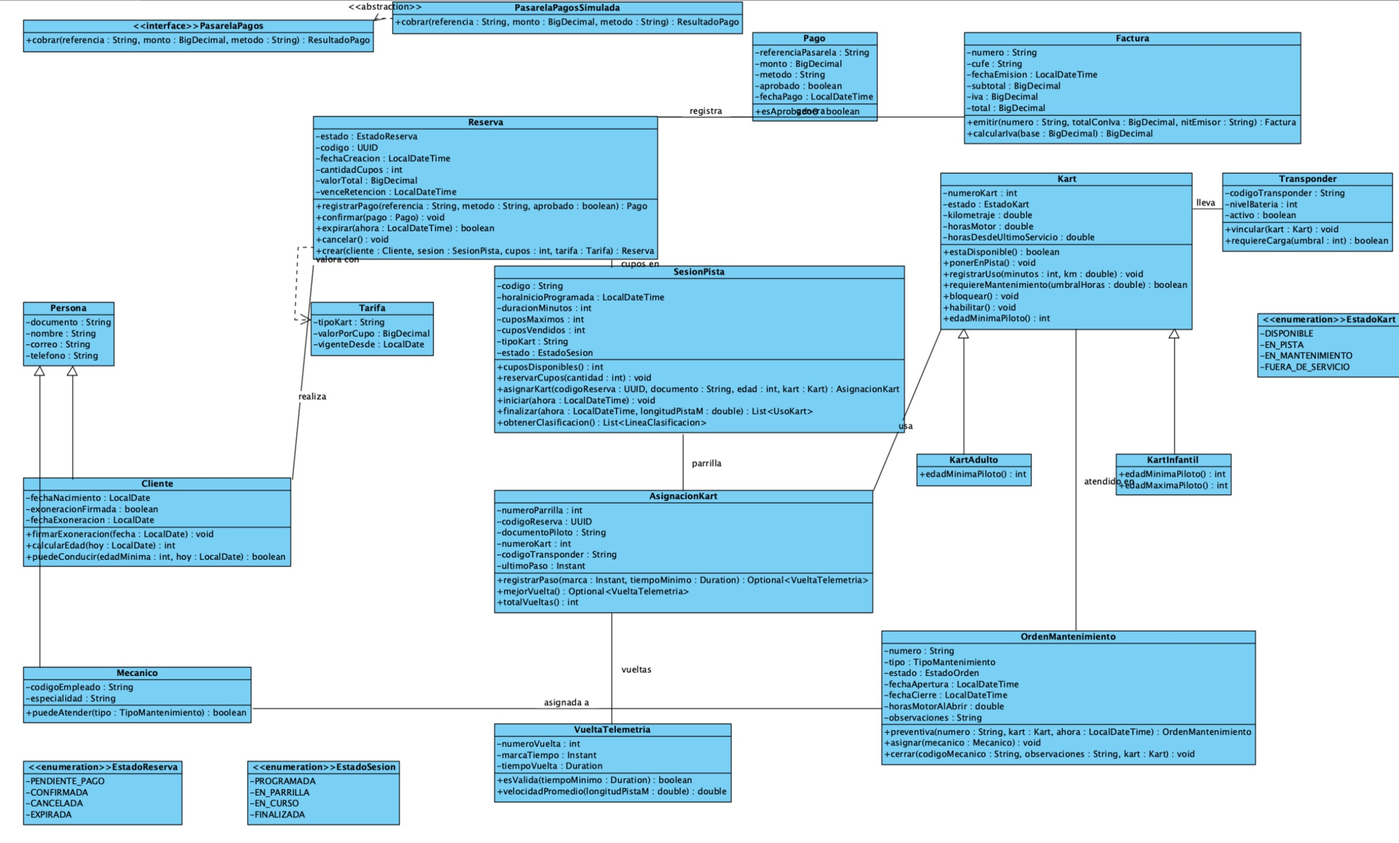
Earlier version of the PlantUML export diagramas/img/03_logica.png (danielchauxgcampusucceduco/KartRent-Arquitectura). Its source is kept beside it as diagramas/plantuml/03_logica.puml.
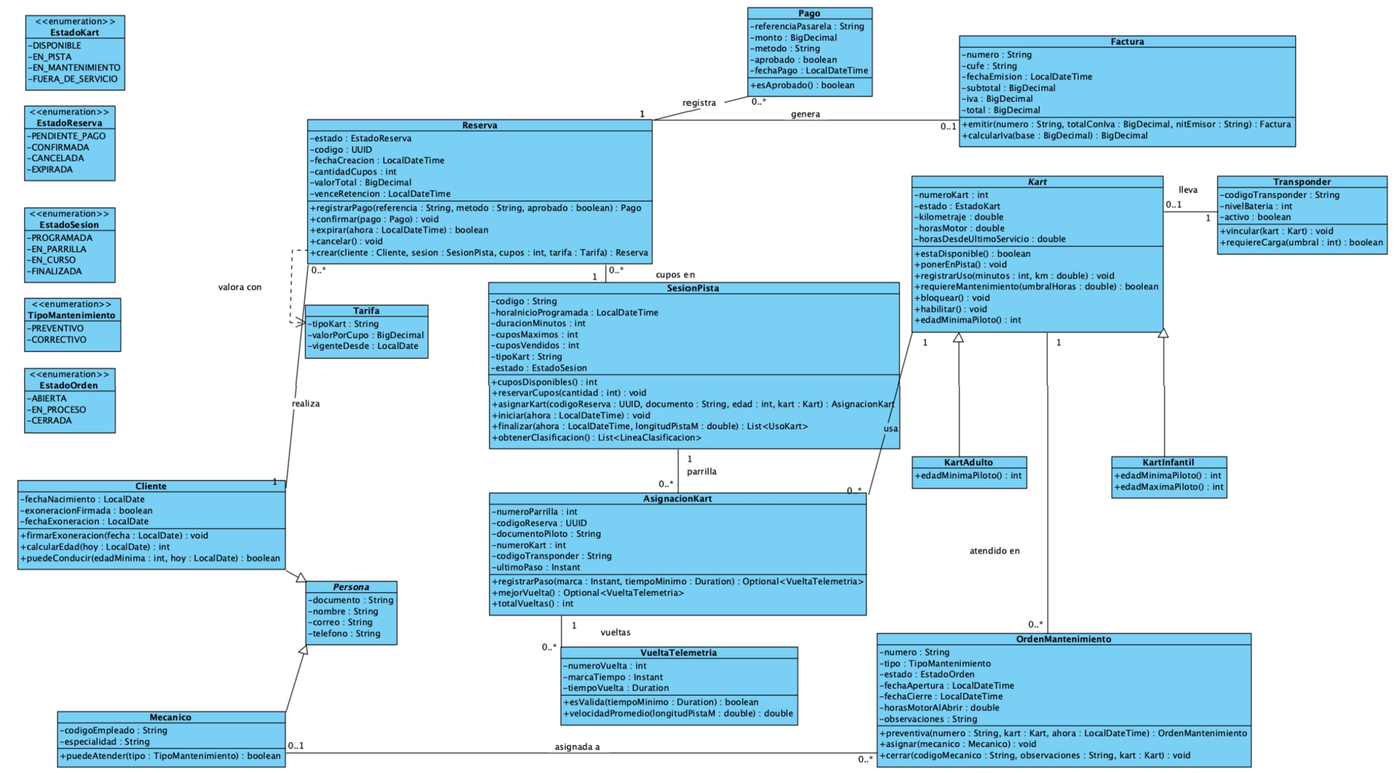
The same diagram one commit later.

The edit, as a diff of the source:
```diff
@@ -89,12 +89,6 @@
   + {static} emitir(numero, codigoReserva, totalConIva, nitEmisor, ahora) : Factura
   + {static} calcularIva(base : BigDecimal) : BigDecimal
 }
-interface PasarelaPagos <<Indirección>> <<Variaciones protegidas>> {
-  + cobrar(referencia : String, monto : BigDecimal, metodo : String) : ResultadoPago
-}
-class PasarelaPagosSimulada <<Fabricación pura>> {
-  + cobrar(referencia : String, monto : BigDecimal, metodo : String) : ResultadoPago
-}
 
 class SesionPista <<Experto>> <<Creador>> {
   - codigo : String
@@ -184,6 +178,17 @@
   EN_CURSO
   FINALIZADA
 }
+enum TipoMantenimiento {
+  PREVENTIVO
+  CORRECTIVO
+}
+
+enum EstadoOrden {
+  ABIERTA
+  EN_PROCESO
+  CERRADA
+}
+
 enum EstadoKart {
   DISPONIBLE
   EN_PISTA
@@ -195,7 +200,6 @@
 Persona <|-- Mecanico
 Kart <|-- KartAdulto
 Kart <|-- KartInfantil
-PasarelaPagos <|.. PasarelaPagosSimulada
 
 Cliente "1" -- "0..*" Reserva : realiza >
 Reserva "0..*" --> "1" SesionPista : cupos en >
@@ -212,9 +216,10 @@
 Reserva --> EstadoReserva
 SesionPista --> EstadoSesion
 Kart --> EstadoKart
+OrdenMantenimiento --> TipoMantenimiento
+OrdenMantenimiento --> EstadoOrden
 
 ReservarTanda ..> Reserva : <<crea>>
-PagarReserva ..> PasarelaPagos
 PagarReserva ..> Factura : <<emite>>
 ControlarSesion ..> SesionPista
 RegistrarPaso ..> AsignacionKart
```
